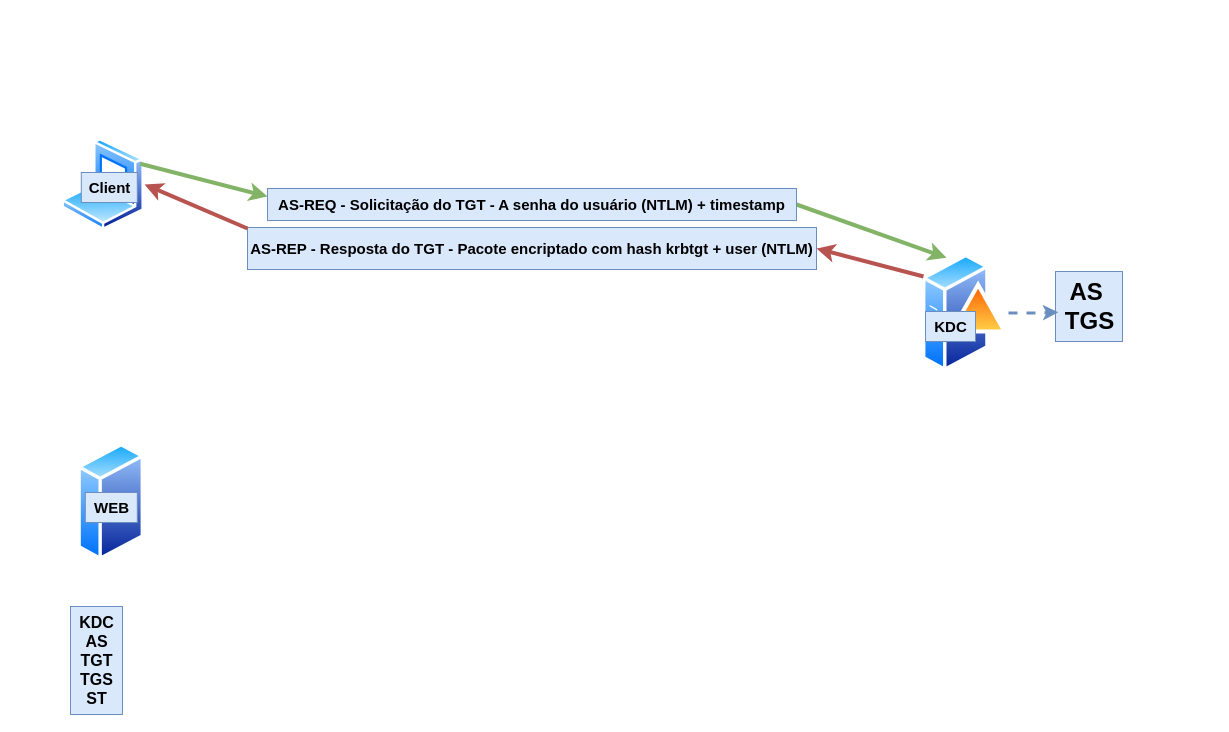
Above: kerberos.drawio in alkarramax/mindmaps (draw.io), before the change. Source tidied: cells renumbered, new cells numbered last; positions are measured from the earlier drawing's top-left corner, leaving out a move shared by most shapes. Both pictures are drawn from the tidied source at 100%, with x=0, y=0 at pixel (61, 138).
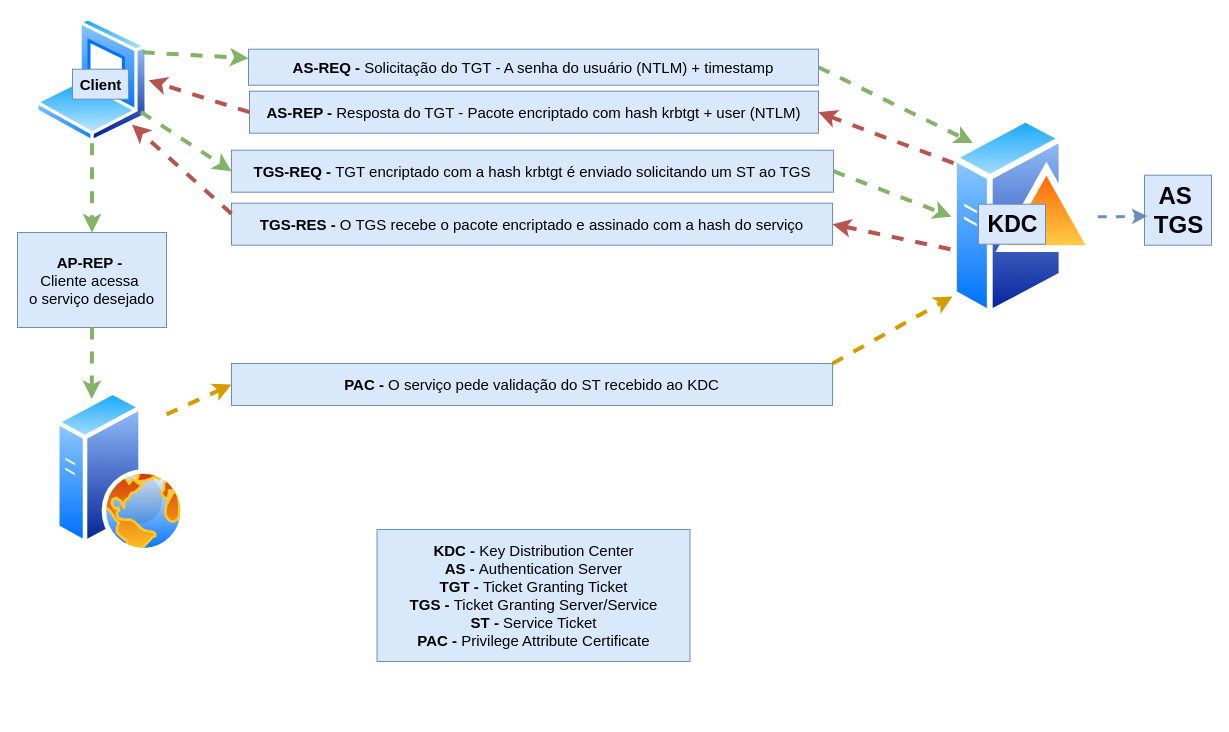
After the change.

The edit, as a diff of the source:
```diff
@@
     <mxCell id="2" style="image;perimeter=ellipsePerimeter;html=1;align=center;shadow=0;dashed=0;spacingTop=3;image=img/lib/active_directory/laptop_client.svg;" parent="1" vertex="1">
-      <mxGeometry x="0.3" width="82.8" height="92" as="geometry" />
+      <mxGeometry x="-26" y="-121" width="113.1" height="125.7" as="geometry" />
     </mxCell>
-    <mxCell id="3" style="image;perimeter=ellipsePerimeter;html=1;align=center;shadow=0;dashed=0;spacingTop=3;image=img/lib/active_directory/generic_server.svg;" parent="1" vertex="1">
-      <mxGeometry x="16.4" y="304" width="66.6" height="119" as="geometry" />
-    </mxCell>
     <mxCell id="4" style="image;perimeter=ellipsePerimeter;html=1;align=center;shadow=0;dashed=0;spacingTop=3;image=img/lib/active_directory/domain_controller.svg;" parent="1" vertex="1">
-      <mxGeometry x="861" y="113" width="86" height="122.9" as="geometry" />
+      <mxGeometry x="890" y="-26.3" width="146.3" height="209" as="geometry" />
     </mxCell>
     <mxCell id="5" value="AS&amp;nbsp;&lt;div style=&quot;font-size: 24px;&quot;&gt;TGS&lt;/div&gt;" style="text;html=1;align=center;verticalAlign=middle;points=[];strokeColor=#6c8ebf;fillColor=#dae8fc;fontStyle=1;labelBackgroundColor=none;fontSize=24;" parent="1" vertex="1">
-      <mxGeometry x="994" y="133" width="67" height="70" as="geometry" />
+      <mxGeometry x="1083" y="36.7" width="67" height="70" as="geometry" />
     </mxCell>
     <mxCell id="6" style="text;html=1;align=center;verticalAlign=middle;strokeColor=none;fillColor=none;" parent="1" vertex="1">
-      <mxGeometry x="509" y="113" width="18" height="26" as="geometry" />
+      <mxGeometry x="506" y="-22.3" width="18" height="26" as="geometry" />
     </mxCell>
-    <mxCell id="7" value="KDC" style="text;html=1;align=center;verticalAlign=middle;strokeColor=#6c8ebf;fillColor=#dae8fc;fontStyle=1;labelBackgroundColor=none;fontSize=15;" parent="1" vertex="1">
-      <mxGeometry x="864" y="173" width="50" height="30" as="geometry" />
+    <mxCell id="7" value="&lt;font style=&quot;font-size: 23px;&quot;&gt;KDC&lt;/font&gt;" style="text;html=1;align=center;verticalAlign=middle;strokeColor=#6c8ebf;fillColor=#dae8fc;fontStyle=1;labelBackgroundColor=none;fontSize=15;" parent="1" vertex="1">
+      <mxGeometry x="917" y="65.7" width="67" height="40" as="geometry" />
     </mxCell>
@@
-    <mxCell id="9" value="&lt;font style=&quot;font-size: 16px;&quot;&gt;KDC&lt;/font&gt;&lt;div style=&quot;font-size: 16px;&quot;&gt;&lt;font style=&quot;font-size: 16px;&quot;&gt;AS&lt;/font&gt;&lt;/div&gt;&lt;div style=&quot;font-size: 16px;&quot;&gt;&lt;font style=&quot;font-size: 16px;&quot;&gt;TGT&lt;/font&gt;&lt;/div&gt;&lt;div style=&quot;font-size: 16px;&quot;&gt;&lt;font style=&quot;font-size: 16px;&quot;&gt;TGS&lt;/font&gt;&lt;/div&gt;&lt;div style=&quot;font-size: 16px;&quot;&gt;&lt;font style=&quot;font-size: 16px;&quot;&gt;ST&lt;/font&gt;&lt;/div&gt;" style="text;html=1;align=center;verticalAlign=middle;strokeColor=#6c8ebf;fillColor=#dae8fc;fontStyle=1;labelBackgroundColor=none;fontSize=16;" parent="1" vertex="1">
-      <mxGeometry x="9" y="468" width="52" height="108" as="geometry" />
-    </mxCell>
     <mxCell id="10" value="Client" style="text;html=1;align=center;verticalAlign=middle;strokeColor=#6c8ebf;fillColor=#dae8fc;fontStyle=1;labelBackgroundColor=none;fontSize=15;" parent="1" vertex="1">
-      <mxGeometry x="19.8" y="34" width="56" height="30" as="geometry" />
+      <mxGeometry x="11" y="-69.3" width="56" height="30" as="geometry" />
     </mxCell>
-    <mxCell id="11" value="WEB" style="text;html=1;align=center;verticalAlign=middle;strokeColor=#6c8ebf;fillColor=#dae8fc;fontStyle=1;labelBackgroundColor=none;fontSize=15;" parent="1" vertex="1">
-      <mxGeometry x="23.8" y="354" width="52" height="30" as="geometry" />
-    </mxCell>
-    <mxCell id="12" style="edgeStyle=none;jettySize=auto;html=1;rounded=0;entryX=0;entryY=0.25;entryDx=0;entryDy=0;exitX=1;exitY=0.25;exitDx=0;exitDy=0;fillColor=#d5e8d4;strokeColor=#82b366;strokeWidth=4;" parent="1" edge="1" source="2" target="14">
+    <mxCell id="12" style="edgeStyle=none;jettySize=auto;html=1;rounded=0;entryX=0;entryY=0.25;entryDx=0;entryDy=0;exitX=1;exitY=0.25;exitDx=0;exitDy=0;fillColor=#d5e8d4;strokeColor=#82b366;strokeWidth=4;dashed=1;" parent="1" edge="1" source="2" target="14">
       <mxGeometry relative="1" as="geometry" />
     </mxCell>
-    <mxCell id="13" style="edgeStyle=none;jettySize=auto;html=1;rounded=0;entryX=0.25;entryY=0;entryDx=0;entryDy=0;exitX=1;exitY=0.5;exitDx=0;exitDy=0;fillColor=#d5e8d4;strokeColor=#82b366;strokeWidth=4;" parent="1" edge="1" source="14" target="4">
+    <mxCell id="13" style="edgeStyle=none;jettySize=auto;html=1;rounded=0;entryX=0;entryY=0;entryDx=0;entryDy=0;exitX=1;exitY=0.5;exitDx=0;exitDy=0;fillColor=#d5e8d4;strokeColor=#82b366;strokeWidth=4;dashed=1;" parent="1" edge="1" source="14" target="4">
       <mxGeometry relative="1" as="geometry" />
     </mxCell>
-    <mxCell id="14" value="&lt;span style=&quot;font-size: 15px; font-weight: 700; text-wrap-mode: nowrap;&quot;&gt;AS-REQ - Solicitação do TGT - A senha do usuário (NTLM) + timestamp&lt;/span&gt;" style="whiteSpace=wrap;html=1;fillColor=#dae8fc;strokeColor=#6c8ebf;" parent="1" vertex="1">
-      <mxGeometry x="206" y="50" width="529" height="32" as="geometry" />
+    <mxCell id="14" value="&lt;span style=&quot;font-size: 15px; text-wrap-mode: nowrap;&quot;&gt;&lt;b&gt;AS-REQ&lt;/b&gt;&lt;/span&gt;&lt;span style=&quot;font-size: 15px; font-weight: 700; text-wrap-mode: nowrap;&quot;&gt; - &lt;/span&gt;&lt;span style=&quot;font-size: 15px; text-wrap-mode: nowrap;&quot;&gt;Solicitação do TGT - A senha do usuário (NTLM) + timestamp&lt;/span&gt;" style="whiteSpace=wrap;html=1;fillColor=#dae8fc;strokeColor=#6c8ebf;" parent="1" vertex="1">
+      <mxGeometry x="187" y="-89.3" width="570" height="36" as="geometry" />
     </mxCell>
-    <mxCell id="15" value="&lt;span style=&quot;font-size: 15px; font-weight: 700; text-wrap-mode: nowrap;&quot;&gt;AS-REP - Resposta do TGT - Pacote encriptado com hash krbtgt + user (NTLM)&lt;/span&gt;" style="whiteSpace=wrap;html=1;fillColor=#dae8fc;strokeColor=#6c8ebf;" parent="1" vertex="1">
-      <mxGeometry x="186" y="89" width="569" height="42" as="geometry" />
+    <mxCell id="15" value="&lt;span style=&quot;font-size: 15px; font-weight: 700; text-wrap-mode: nowrap;&quot;&gt;AS-REP - &lt;/span&gt;&lt;span style=&quot;font-size: 15px; text-wrap-mode: nowrap;&quot;&gt;Resposta do TGT - Pacote encriptado com hash krbtgt + user (NTLM)&lt;/span&gt;" style="whiteSpace=wrap;html=1;fillColor=#dae8fc;strokeColor=#6c8ebf;" parent="1" vertex="1">
+      <mxGeometry x="188" y="-47.3" width="569" height="42" as="geometry" />
     </mxCell>
-    <mxCell id="16" style="edgeStyle=none;jettySize=auto;html=1;rounded=0;entryX=1;entryY=0.5;entryDx=0;entryDy=0;exitX=0.012;exitY=0.203;exitDx=0;exitDy=0;fillColor=#f8cecc;strokeColor=#b85450;strokeWidth=4;exitPerimeter=0;" parent="1" edge="1" source="4" target="15">
+    <mxCell id="16" style="edgeStyle=none;jettySize=auto;html=1;rounded=0;entryX=1;entryY=0.5;entryDx=0;entryDy=0;exitX=0.014;exitY=0.244;exitDx=0;exitDy=0;fillColor=#f8cecc;strokeColor=#b85450;strokeWidth=4;exitPerimeter=0;dashed=1;" parent="1" edge="1" source="4" target="15">
       <mxGeometry relative="1" as="geometry" />
     </mxCell>
-    <mxCell id="17" style="edgeStyle=none;jettySize=auto;html=1;rounded=0;entryX=1;entryY=0.5;entryDx=0;entryDy=0;fillColor=#f8cecc;strokeColor=#b85450;strokeWidth=4;" parent="1" edge="1" target="2">
-      <mxGeometry relative="1" as="geometry">
-        <mxPoint x="186" y="90" as="sourcePoint" />
-      </mxGeometry>
+    <mxCell id="17" style="edgeStyle=none;jettySize=auto;html=1;rounded=0;entryX=1;entryY=0.5;entryDx=0;entryDy=0;fillColor=#f8cecc;strokeColor=#b85450;strokeWidth=4;exitX=0;exitY=0.5;exitDx=0;exitDy=0;dashed=1;" parent="1" edge="1" source="15" target="2">
+      <mxGeometry relative="1" as="geometry" />
     </mxCell>
+    <mxCell id="18" value="&lt;span style=&quot;font-size: 15px; font-weight: 700; text-wrap-mode: nowrap;&quot;&gt;TGS-REQ - &lt;/span&gt;&lt;span style=&quot;font-size: 15px; text-wrap-mode: nowrap;&quot;&gt;TGT encriptado com a hash krbtgt é enviado solicitando um ST ao TGS&lt;/span&gt;" style="whiteSpace=wrap;html=1;fillColor=#dae8fc;strokeColor=#6c8ebf;" parent="1" vertex="1">
+      <mxGeometry x="170" y="11.7" width="602" height="42" as="geometry" />
+    </mxCell>
+    <mxCell id="19" style="edgeStyle=none;jettySize=auto;html=1;rounded=0;entryX=0;entryY=0.5;entryDx=0;entryDy=0;fillColor=#d5e8d4;strokeColor=#82b366;strokeWidth=4;dashed=1;" parent="1" edge="1" source="2" target="18">
+      <mxGeometry relative="1" as="geometry" />
+    </mxCell>
+    <mxCell id="20" style="edgeStyle=none;jettySize=auto;html=1;rounded=0;entryX=0;entryY=0.5;entryDx=0;entryDy=0;exitX=1;exitY=0.5;exitDx=0;exitDy=0;fillColor=#d5e8d4;strokeColor=#82b366;strokeWidth=4;dashed=1;" parent="1" edge="1" source="18" target="4">
+      <mxGeometry relative="1" as="geometry" />
+    </mxCell>
+    <mxCell id="21" value="&lt;span style=&quot;font-size: 15px; font-weight: 700; text-wrap-mode: nowrap;&quot;&gt;TGS-RES - &lt;/span&gt;&lt;span style=&quot;font-size: 15px; text-wrap-mode: nowrap;&quot;&gt;O TGS recebe o pacote encriptado e assinado com a hash do serviço&lt;/span&gt;" style="whiteSpace=wrap;html=1;fillColor=#dae8fc;strokeColor=#6c8ebf;" parent="1" vertex="1">
+      <mxGeometry x="170" y="64.7" width="601" height="42" as="geometry" />
+    </mxCell>
+    <mxCell id="22" style="edgeStyle=none;jettySize=auto;html=1;rounded=0;entryX=1;entryY=0.5;entryDx=0;entryDy=0;exitX=-0.007;exitY=0.656;exitDx=0;exitDy=0;fillColor=#f8cecc;strokeColor=#b85450;strokeWidth=4;exitPerimeter=0;dashed=1;" parent="1" edge="1" source="4" target="21">
+      <mxGeometry relative="1" as="geometry" />
+    </mxCell>
+    <mxCell id="23" style="edgeStyle=none;jettySize=auto;html=1;rounded=0;entryX=1;entryY=1;entryDx=0;entryDy=0;exitX=0;exitY=0.25;exitDx=0;exitDy=0;fillColor=#f8cecc;strokeColor=#b85450;strokeWidth=4;dashed=1;" parent="1" edge="1" source="21" target="2">
+      <mxGeometry relative="1" as="geometry" />
+    </mxCell>
+    <mxCell id="24" value="&lt;span style=&quot;font-size: 15px; text-wrap-mode: nowrap;&quot;&gt;&lt;b&gt;AP-REP -&amp;nbsp;&lt;/b&gt;&lt;/span&gt;&lt;div&gt;&lt;span style=&quot;font-size: 15px; text-wrap-mode: nowrap;&quot;&gt;Cliente&amp;nbsp;&lt;/span&gt;&lt;span style=&quot;font-size: 15px; text-wrap-mode: nowrap; background-color: initial;&quot;&gt;acessa&amp;nbsp;&lt;/span&gt;&lt;/div&gt;&lt;div&gt;&lt;span style=&quot;font-size: 15px; text-wrap-mode: nowrap;&quot;&gt;o serviço desejado&lt;/span&gt;&lt;/div&gt;" style="whiteSpace=wrap;html=1;fillColor=#dae8fc;strokeColor=#6c8ebf;" parent="1" vertex="1">
+      <mxGeometry x="-44" y="94" width="149" height="95" as="geometry" />
+    </mxCell>
+    <mxCell id="25" style="image;perimeter=ellipsePerimeter;html=1;align=center;shadow=0;dashed=0;spacingTop=3;image=img/lib/active_directory/web_server.svg;" parent="1" vertex="1">
+      <mxGeometry x="-6" y="252" width="130" height="162.5" as="geometry" />
+    </mxCell>
+    <mxCell id="26" style="edgeStyle=none;jettySize=auto;html=1;rounded=0;entryX=0.5;entryY=0;entryDx=0;entryDy=0;fillColor=#d5e8d4;strokeColor=#82b366;strokeWidth=4;exitX=0.5;exitY=1;exitDx=0;exitDy=0;dashed=1;" parent="1" edge="1" source="2" target="24">
+      <mxGeometry relative="1" as="geometry" />
+    </mxCell>
+    <mxCell id="27" style="edgeStyle=none;jettySize=auto;html=1;rounded=0;entryX=0.25;entryY=0;entryDx=0;entryDy=0;fillColor=#d5e8d4;strokeColor=#82b366;strokeWidth=4;exitX=0.5;exitY=1;exitDx=0;exitDy=0;dashed=1;" parent="1" edge="1" source="24" target="25">
+      <mxGeometry relative="1" as="geometry" />
+    </mxCell>
+    <mxCell id="28" value="&lt;span style=&quot;font-size: 15px; font-weight: 700; text-wrap-mode: nowrap;&quot;&gt;PAC - &lt;/span&gt;&lt;span style=&quot;font-size: 15px; text-wrap-mode: nowrap;&quot;&gt;O serviço pede validação do ST recebido ao KDC&lt;/span&gt;" style="whiteSpace=wrap;html=1;fillColor=#dae8fc;strokeColor=#6c8ebf;" parent="1" vertex="1">
+      <mxGeometry x="170" y="225" width="601" height="42" as="geometry" />
+    </mxCell>
+    <mxCell id="29" style="edgeStyle=none;jettySize=auto;html=1;rounded=0;entryX=0;entryY=0.5;entryDx=0;entryDy=0;fillColor=#ffe6cc;strokeColor=#d79b00;strokeWidth=4;exitX=1;exitY=0;exitDx=0;exitDy=0;dashed=1;" parent="1" edge="1" source="25" target="28">
+      <mxGeometry relative="1" as="geometry" />
+    </mxCell>
+    <mxCell id="30" style="edgeStyle=none;jettySize=auto;html=1;rounded=0;entryX=0.007;entryY=0.882;entryDx=0;entryDy=0;fillColor=#ffe6cc;strokeColor=#d79b00;strokeWidth=4;exitX=1;exitY=0;exitDx=0;exitDy=0;entryPerimeter=0;dashed=1;" parent="1" edge="1" source="28" target="4">
+      <mxGeometry relative="1" as="geometry" />
+    </mxCell>
+    <mxCell id="31" value="&lt;span style=&quot;font-size: 15px; font-weight: 700; text-wrap-mode: nowrap;&quot;&gt;KDC - &lt;/span&gt;&lt;span style=&quot;font-size: 15px; text-wrap-mode: nowrap;&quot;&gt;Key Distribution Center&lt;/span&gt;&lt;div&gt;&lt;span style=&quot;font-size: 15px; text-wrap-mode: nowrap;&quot;&gt;&lt;b&gt;AS - &lt;/b&gt;Authentication Server&lt;/span&gt;&lt;/div&gt;&lt;div&gt;&lt;span style=&quot;font-size: 15px; text-wrap-mode: nowrap;&quot;&gt;&lt;b&gt;TGT - &lt;/b&gt;Ticket Granting Ticket&lt;/span&gt;&lt;/div&gt;&lt;div&gt;&lt;span style=&quot;font-size: 15px; text-wrap-mode: nowrap;&quot;&gt;&lt;b&gt;TGS - &lt;/b&gt;Ticket Granting Server/Service&lt;/span&gt;&lt;/div&gt;&lt;div&gt;&lt;span style=&quot;font-size: 15px; text-wrap-mode: nowrap;&quot;&gt;&lt;b&gt;ST - &lt;/b&gt;Service Ticket&lt;/span&gt;&lt;/div&gt;&lt;div style=&quot;font-size: 15px;&quot;&gt;&lt;b&gt;PAC - &lt;/b&gt;Privilege Attribute Certificate&lt;/div&gt;" style="whiteSpace=wrap;html=1;fillColor=#dae8fc;strokeColor=#6c8ebf;align=center;" parent="1" vertex="1">
+      <mxGeometry x="315.5" y="391" width="313" height="132" as="geometry" />
+    </mxCell>
```
